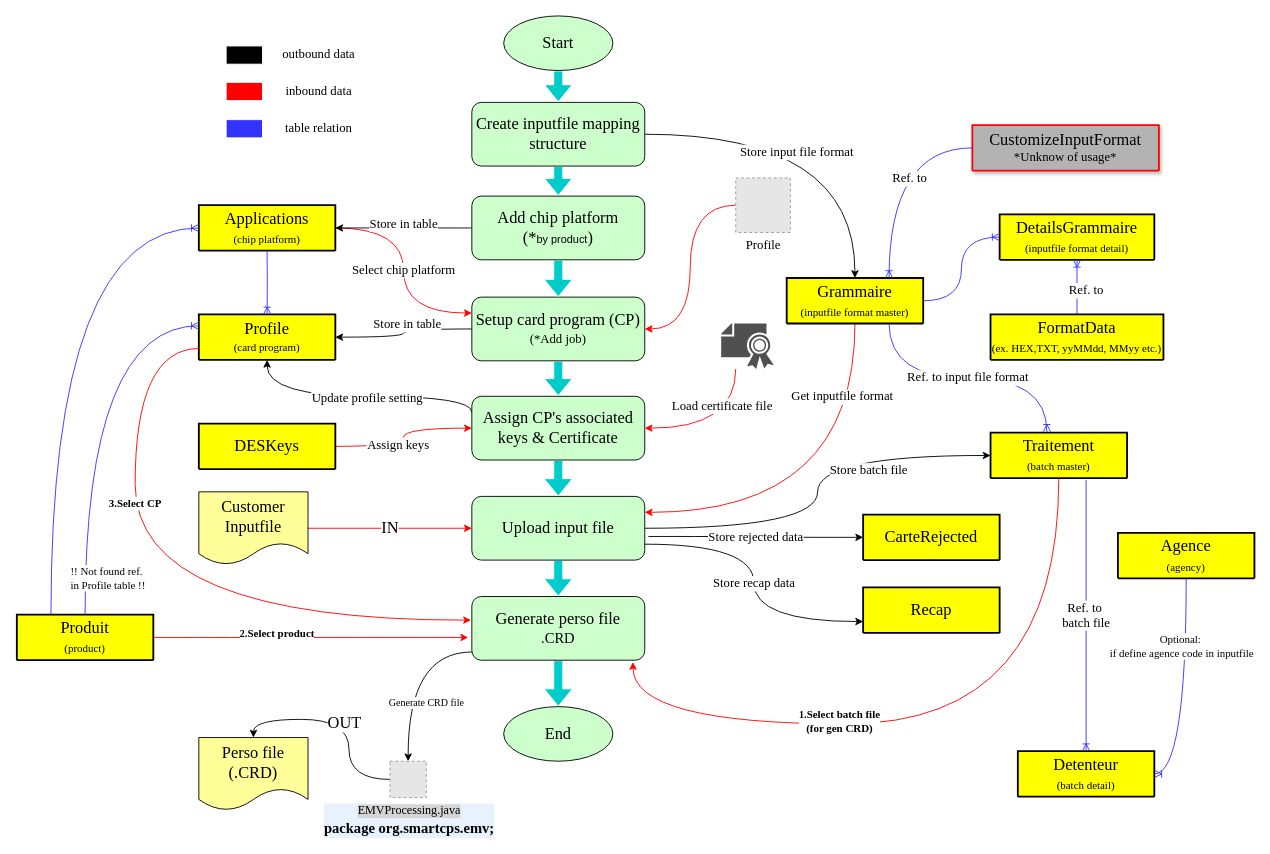
Earlier version of the draw.io diagram page "SmartCPS Core" (1 of 3) of smartcps.drawio (delphihero/MyDocument). Source tidied: cells renumbered, new cells numbered last; positions are measured from the earlier drawing's top-left corner, leaving out a move shared by most shapes. Both pictures are drawn from the tidied source at 91%, with x=0, y=0 at pixel (16, 15). Pictures stored in the file or linked from it are replaced by grey dashed boxes.
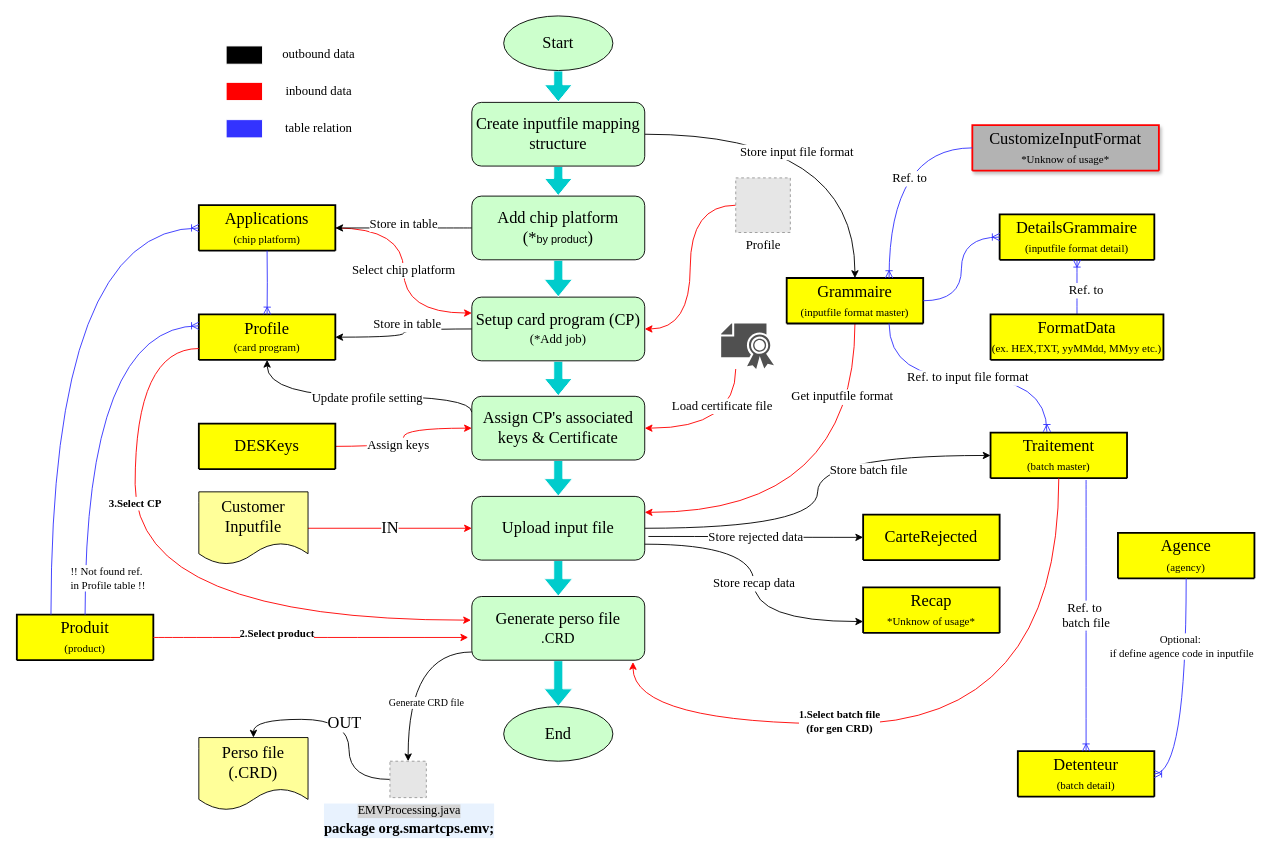
The same diagram, later.

What changed in the source:
```diff
@@
-    <mxCell id="52" value="&lt;font style=&quot;font-size: 18px;&quot; face=&quot;Garamond&quot;&gt;Recap&lt;/font&gt;" style="swimlane;horizontal=1;startSize=50;rounded=1;fontSize=14;fontStyle=0;strokeWidth=2;shadow=0;dashed=0;align=center;arcSize=4;whiteSpace=wrap;html=1;fillColor=#FFFF00;" parent="1" vertex="1" collapsed="1">
+    <mxCell id="52" value="&lt;div&gt;&lt;font style=&quot;font-size: 18px;&quot; face=&quot;Garamond&quot;&gt;Recap&lt;/font&gt;&lt;/div&gt;&lt;div&gt;&lt;font style=&quot;font-size: 12px;&quot; face=&quot;Garamond&quot;&gt;*Unknow of usage*&lt;/font&gt;&lt;font size=&quot;3&quot; face=&quot;Garamond&quot;&gt;&lt;br&gt;&lt;/font&gt;&lt;/div&gt;" style="swimlane;horizontal=1;startSize=50;rounded=1;fontSize=14;fontStyle=0;strokeWidth=2;shadow=0;dashed=0;align=center;arcSize=4;whiteSpace=wrap;html=1;fillColor=#FFFF00;" parent="1" vertex="1" collapsed="1">
       <mxGeometry x="930" y="628" width="150" height="50" as="geometry" />
     </mxCell>
@@
-    <mxCell id="54" value="&lt;div&gt;&lt;font style=&quot;font-size: 18px;&quot; face=&quot;Garamond&quot;&gt;CustomizeInputFormat&lt;/font&gt;&lt;/div&gt;&lt;div&gt;&lt;font style=&quot;font-size: 14px;&quot; face=&quot;Garamond&quot;&gt;*Unknow of usage*&lt;i&gt;&lt;br&gt;&lt;/i&gt;&lt;/font&gt;&lt;/div&gt;" style="swimlane;horizontal=1;startSize=50;rounded=1;fontSize=14;fontStyle=0;strokeWidth=2;shadow=1;dashed=0;align=center;arcSize=4;whiteSpace=wrap;html=1;fillColor=#B3B3B3;strokeColor=#FF0000;" parent="1" vertex="1" collapsed="1">
+    <mxCell id="54" value="&lt;div&gt;&lt;font style=&quot;font-size: 18px;&quot; face=&quot;Garamond&quot;&gt;CustomizeInputFormat&lt;/font&gt;&lt;/div&gt;&lt;div&gt;&lt;font style=&quot;font-size: 12px;&quot; face=&quot;Garamond&quot;&gt;*Unknow of usage*&lt;/font&gt;&lt;font size=&quot;3&quot; face=&quot;Garamond&quot;&gt;&lt;i&gt;&lt;br&gt;&lt;/i&gt;&lt;/font&gt;&lt;/div&gt;" style="swimlane;horizontal=1;startSize=50;rounded=1;fontSize=14;fontStyle=0;strokeWidth=2;shadow=1;dashed=0;align=center;arcSize=4;whiteSpace=wrap;html=1;fillColor=#B3B3B3;strokeColor=#FF0000;" parent="1" vertex="1" collapsed="1">
       <mxGeometry x="1050" y="120" width="205" height="50" as="geometry" />
     </mxCell>
```
